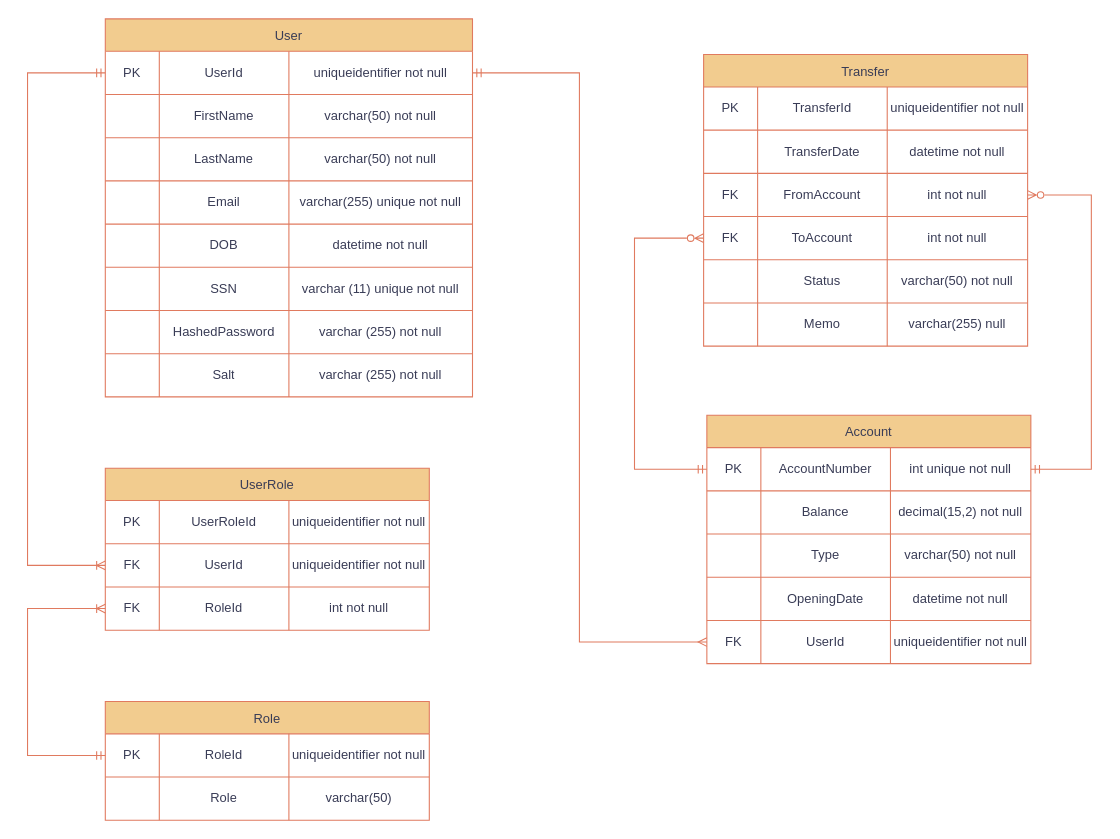
Earlier version of the draw.io diagram Docs/BankingERD.drawio (Beugenius/BankingSystem). Source tidied: cells renumbered, new cells numbered last; positions are measured from the earlier drawing's top-left corner, leaving out a move shared by most shapes. Both pictures are drawn from the tidied source at 108%, with x=0, y=0 at pixel (27, 18).
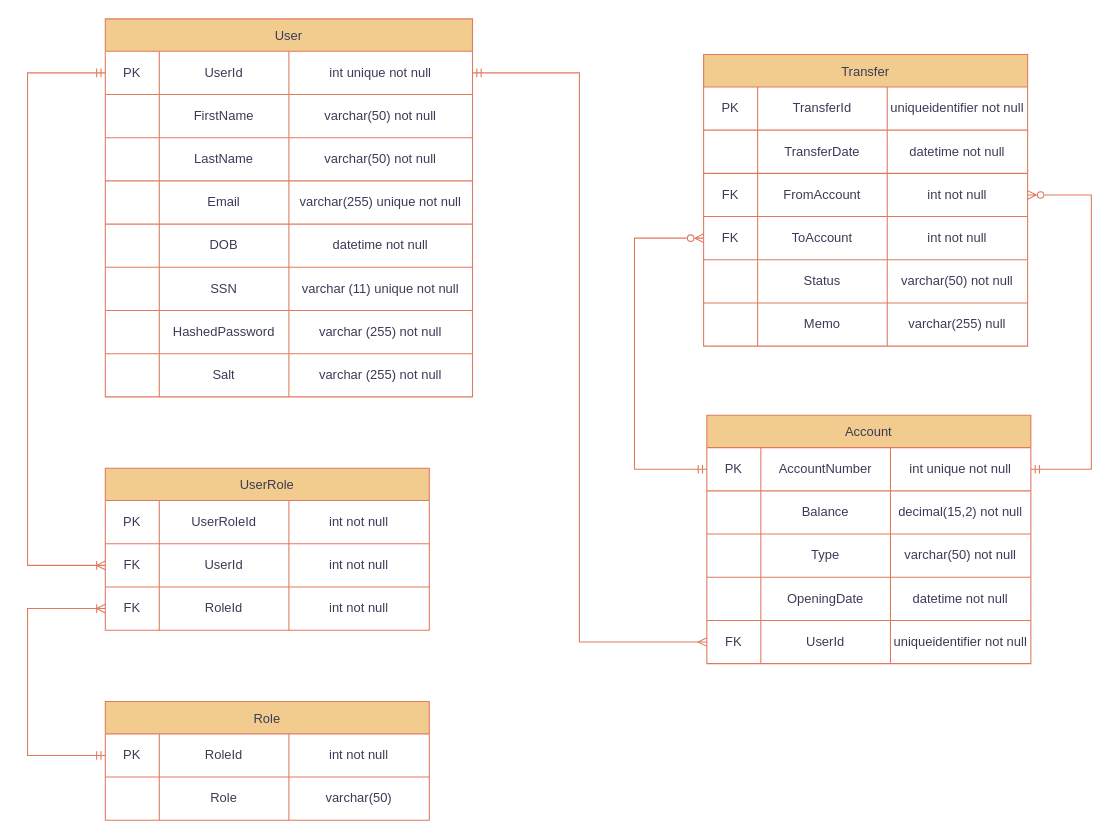
After the change.

Commit message (it also covers changes not shown here):
adding all class diagrams and erd

Unchanged cells that the change refers to:
```xml
<mxCell id="3" style="shape=tableRow;horizontal=0;startSize=0;swimlaneHead=0;swimlaneBody=0;strokeColor=#E07A5F;top=0;left=0;bottom=0;right=0;fillColor=none;points=[[0,0.5],[1,0.5]];portConstraint=eastwest;labelBackgroundColor=none;fontColor=#393C56;" parent="2" vertex="1">
  <mxGeometry y="30" width="340" height="40" as="geometry" />
</mxCell>
<mxCell id="57" style="shape=tableRow;horizontal=0;startSize=0;swimlaneHead=0;swimlaneBody=0;strokeColor=#E07A5F;top=0;left=0;bottom=0;right=0;fillColor=none;labelBackgroundColor=none;fontColor=#393C56;" parent="56" vertex="1">
  <mxGeometry y="30" width="300" height="40" as="geometry" />
</mxCell>
<mxCell id="61" style="shape=tableRow;horizontal=0;startSize=0;swimlaneHead=0;swimlaneBody=0;strokeColor=#E07A5F;top=0;left=0;bottom=0;right=0;fillColor=none;points=[[0,0.5],[1,0.5]];portConstraint=eastwest;labelBackgroundColor=none;fontColor=#393C56;" parent="56" vertex="1">
  <mxGeometry y="70" width="300" height="40" as="geometry" />
</mxCell>
<mxCell id="99" style="shape=tableRow;horizontal=0;startSize=0;swimlaneHead=0;swimlaneBody=0;strokeColor=#E07A5F;top=0;left=0;bottom=0;right=0;fillColor=none;points=[[0,0.5],[1,0.5]];portConstraint=eastwest;labelBackgroundColor=none;fontColor=#393C56;" parent="98" vertex="1">
  <mxGeometry y="30" width="300" height="40" as="geometry" />
</mxCell>
```

Change to the diagram source:
```diff
@@
-    <mxCell id="6" value="uniqueidentifier not null" style="shape=partialRectangle;html=1;whiteSpace=wrap;strokeColor=#E07A5F;overflow=hidden;fillColor=none;top=0;left=0;bottom=0;right=0;labelBackgroundColor=none;fontColor=#393C56;" parent="3" vertex="1">
+    <mxCell id="6" value="int unique not null" style="shape=partialRectangle;html=1;whiteSpace=wrap;strokeColor=#E07A5F;overflow=hidden;fillColor=none;top=0;left=0;bottom=0;right=0;labelBackgroundColor=none;fontColor=#393C56;" parent="3" vertex="1">
       <mxGeometry x="170" width="170" height="40" as="geometry" />
     </mxCell>
@@
-    <mxCell id="60" value="uniqueidentifier not null" style="shape=partialRectangle;html=1;whiteSpace=wrap;strokeColor=#E07A5F;overflow=hidden;fillColor=none;top=0;left=0;bottom=0;right=0;labelBackgroundColor=none;fontColor=#393C56;" parent="57" vertex="1">
+    <mxCell id="60" value="int not null" style="shape=partialRectangle;html=1;whiteSpace=wrap;strokeColor=#E07A5F;overflow=hidden;fillColor=none;top=0;left=0;bottom=0;right=0;labelBackgroundColor=none;fontColor=#393C56;" parent="57" vertex="1">
       <mxGeometry x="170" width="130" height="40" as="geometry" />
     </mxCell>
@@
-    <mxCell id="64" value="uniqueidentifier not null" style="shape=partialRectangle;html=1;whiteSpace=wrap;strokeColor=#E07A5F;overflow=hidden;fillColor=none;top=0;left=0;bottom=0;right=0;labelBackgroundColor=none;fontColor=#393C56;" parent="61" vertex="1">
+    <mxCell id="64" value="int not null" style="shape=partialRectangle;html=1;whiteSpace=wrap;strokeColor=#E07A5F;overflow=hidden;fillColor=none;top=0;left=0;bottom=0;right=0;labelBackgroundColor=none;fontColor=#393C56;" parent="61" vertex="1">
       <mxGeometry x="170" width="130" height="40" as="geometry" />
     </mxCell>
@@
-    <mxCell id="102" value="uniqueidentifier not null" style="shape=partialRectangle;html=1;whiteSpace=wrap;strokeColor=#E07A5F;overflow=hidden;fillColor=none;top=0;left=0;bottom=0;right=0;labelBackgroundColor=none;fontColor=#393C56;" parent="99" vertex="1">
+    <mxCell id="102" value="int not null" style="shape=partialRectangle;html=1;whiteSpace=wrap;strokeColor=#E07A5F;overflow=hidden;fillColor=none;top=0;left=0;bottom=0;right=0;labelBackgroundColor=none;fontColor=#393C56;" parent="99" vertex="1">
       <mxGeometry x="170" width="130" height="40" as="geometry" />
     </mxCell>
```
